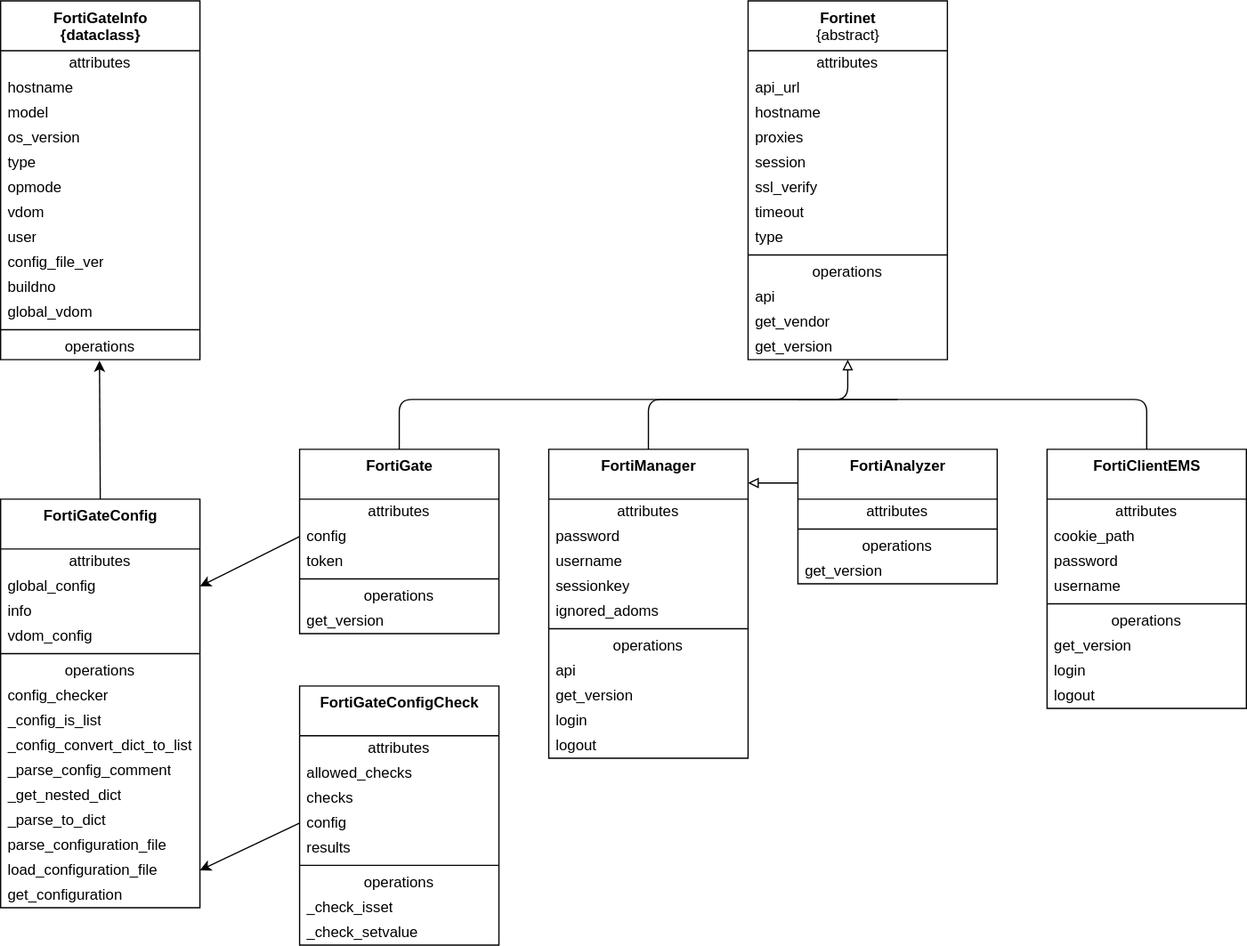
The draw.io diagram docs/source/developer/fortinet/classes.drawio.svg in migros/fotoobo, before a commit. Source tidied: cells renumbered, new cells last; positions are measured from the earlier drawing's top-left corner, leaving out a move shared by most shapes.
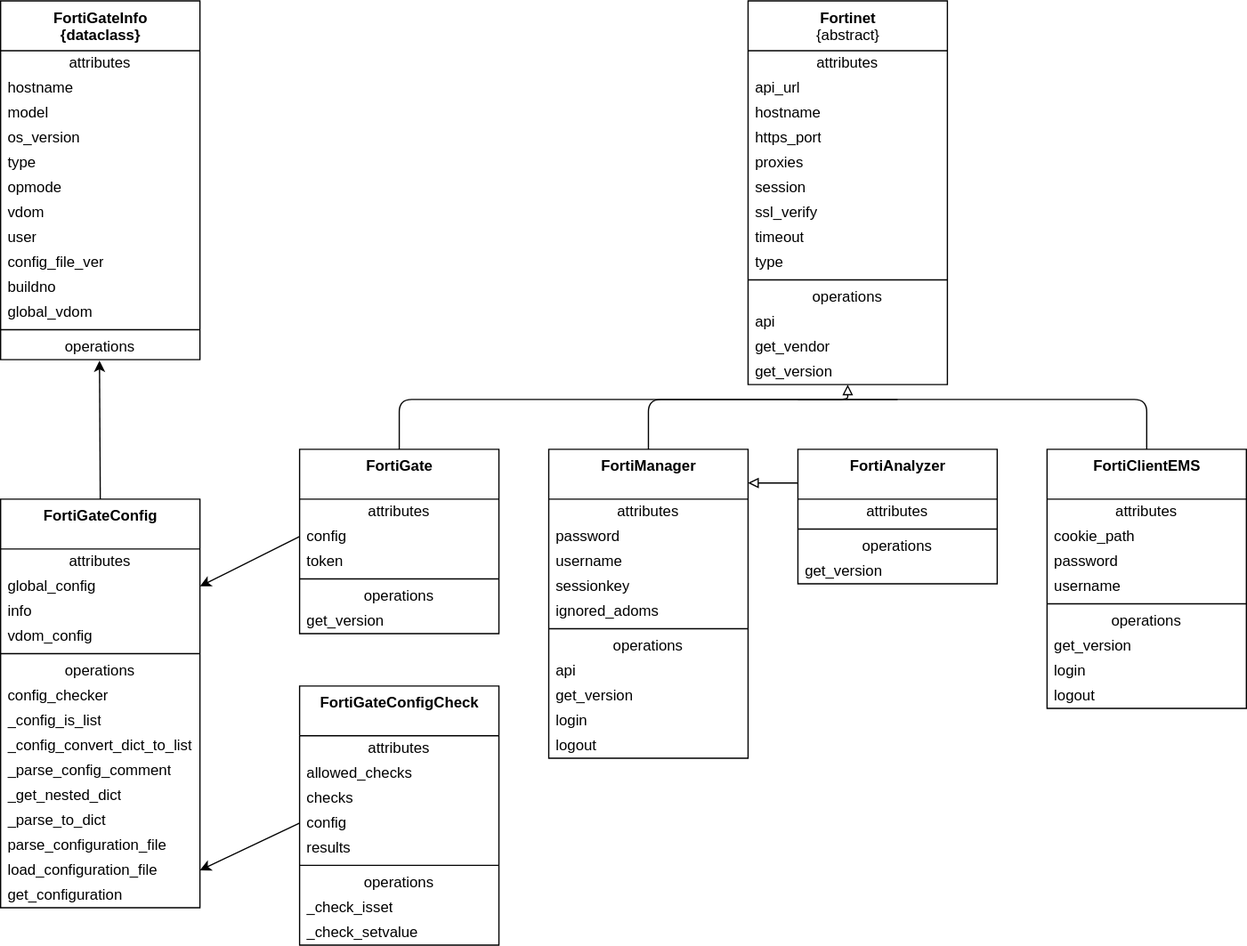
The same diagram one commit later.

Commit message:
🚸 add https_port option to Fortinet devices in inventory, closes #31

What changed in the source:
```diff
@@ -3,7 +3,7 @@
     <mxCell id="0" />
     <mxCell id="1" parent="0" />
     <mxCell id="2" value="&lt;b&gt;Fortinet&lt;/b&gt;&lt;br&gt;{abstract}" style="swimlane;fontStyle=0;align=center;verticalAlign=top;horizontal=1;startSize=40;html=1;" parent="1" vertex="1">
-      <mxGeometry x="600" width="160" height="288" as="geometry" />
+      <mxGeometry x="600" width="160" height="308" as="geometry" />
     </mxCell>
     <mxCell id="3" value="attributes" style="text;html=1;strokeColor=none;fillColor=none;align=center;verticalAlign=middle;spacingLeft=4;spacingRight=4;overflow=hidden;" parent="2" vertex="1">
       <mxGeometry y="40" width="160" height="20" as="geometry" />
@@ -14,35 +14,38 @@
     <mxCell id="5" value="hostname" style="text;html=1;strokeColor=none;fillColor=none;align=left;verticalAlign=middle;spacingLeft=4;spacingRight=4;overflow=hidden;" parent="2" vertex="1">
       <mxGeometry y="80" width="160" height="20" as="geometry" />
     </mxCell>
+    <mxCell id="97" value="https_port" style="text;html=1;strokeColor=none;fillColor=none;align=left;verticalAlign=middle;spacingLeft=4;spacingRight=4;overflow=hidden;" parent="2" vertex="1">
+      <mxGeometry y="100" width="160" height="20" as="geometry" />
+    </mxCell>
     <mxCell id="6" value="proxies" style="text;html=1;strokeColor=none;fillColor=none;align=left;verticalAlign=middle;spacingLeft=4;spacingRight=4;overflow=hidden;" parent="2" vertex="1">
-      <mxGeometry y="100" width="160" height="20" as="geometry" />
+      <mxGeometry y="120" width="160" height="20" as="geometry" />
     </mxCell>
     <mxCell id="7" value="session" style="text;html=1;strokeColor=none;fillColor=none;align=left;verticalAlign=middle;spacingLeft=4;spacingRight=4;overflow=hidden;" parent="2" vertex="1">
-      <mxGeometry y="120" width="160" height="20" as="geometry" />
+      <mxGeometry y="140" width="160" height="20" as="geometry" />
     </mxCell>
     <mxCell id="8" value="ssl_verify" style="text;html=1;strokeColor=none;fillColor=none;align=left;verticalAlign=middle;spacingLeft=4;spacingRight=4;overflow=hidden;" parent="2" vertex="1">
-      <mxGeometry y="140" width="160" height="20" as="geometry" />
+      <mxGeometry y="160" width="160" height="20" as="geometry" />
     </mxCell>
     <mxCell id="9" value="timeout" style="text;html=1;strokeColor=none;fillColor=none;align=left;verticalAlign=middle;spacingLeft=4;spacingRight=4;overflow=hidden;" parent="2" vertex="1">
-      <mxGeometry y="160" width="160" height="20" as="geometry" />
+      <mxGeometry y="180" width="160" height="20" as="geometry" />
     </mxCell>
     <mxCell id="10" value="type" style="text;html=1;strokeColor=none;fillColor=none;align=left;verticalAlign=middle;spacingLeft=4;spacingRight=4;overflow=hidden;" parent="2" vertex="1">
-      <mxGeometry y="180" width="160" height="20" as="geometry" />
+      <mxGeometry y="200" width="160" height="20" as="geometry" />
     </mxCell>
     <mxCell id="11" style="line;strokeWidth=1;fillColor=none;align=left;verticalAlign=middle;spacingTop=-1;spacingLeft=3;spacingRight=3;labelPosition=right;" parent="2" vertex="1">
-      <mxGeometry y="200" width="160" height="8" as="geometry" />
+      <mxGeometry y="220" width="160" height="8" as="geometry" />
     </mxCell>
     <mxCell id="12" value="operations" style="text;html=1;strokeColor=none;fillColor=none;align=center;verticalAlign=middle;spacingLeft=4;spacingRight=4;overflow=hidden;" parent="2" vertex="1">
-      <mxGeometry y="208" width="160" height="20" as="geometry" />
+      <mxGeometry y="228" width="160" height="20" as="geometry" />
     </mxCell>
     <mxCell id="13" value="api" style="text;html=1;strokeColor=none;fillColor=none;align=left;verticalAlign=middle;spacingLeft=4;spacingRight=4;overflow=hidden;" parent="2" vertex="1">
-      <mxGeometry y="228" width="160" height="20" as="geometry" />
+      <mxGeometry y="248" width="160" height="20" as="geometry" />
     </mxCell>
     <mxCell id="14" value="get_vendor" style="text;html=1;strokeColor=none;fillColor=none;align=left;verticalAlign=middle;spacingLeft=4;spacingRight=4;overflow=hidden;" parent="2" vertex="1">
-      <mxGeometry y="248" width="160" height="20" as="geometry" />
+      <mxGeometry y="268" width="160" height="20" as="geometry" />
     </mxCell>
     <mxCell id="15" value="get_version" style="text;html=1;strokeColor=none;fillColor=none;align=left;verticalAlign=middle;spacingLeft=4;spacingRight=4;overflow=hidden;points=[[0,0.5],[1,0.5]];portConstraint=eastwest;" parent="2" vertex="1">
-      <mxGeometry y="268" width="160" height="20" as="geometry" />
+      <mxGeometry y="288" width="160" height="20" as="geometry" />
     </mxCell>
     <mxCell id="16" value="&lt;b&gt;FortiGate&lt;/b&gt;&lt;br&gt;" style="swimlane;fontStyle=0;align=center;verticalAlign=top;horizontal=1;startSize=40;html=1;" parent="1" vertex="1">
       <mxGeometry x="240" y="360" width="160" height="148" as="geometry" />
```
